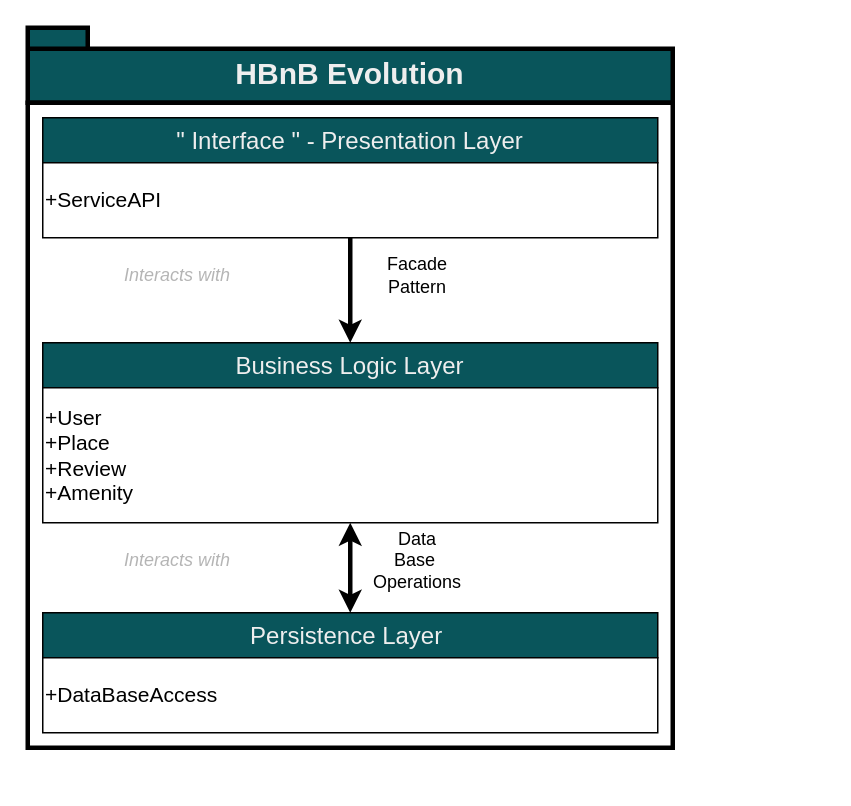
This is 0. High-Level Package Diagram.drawio from thomas-maye/holbertonschool-hbnb, a draw.io file, before an edit. Source tidied: cells renumbered, new cells numbered last; positions are measured from the earlier drawing's top-left corner, leaving out a move shared by most shapes. Both pictures are drawn from the tidied source at 150%, with x=0, y=0 at pixel (27, 27).
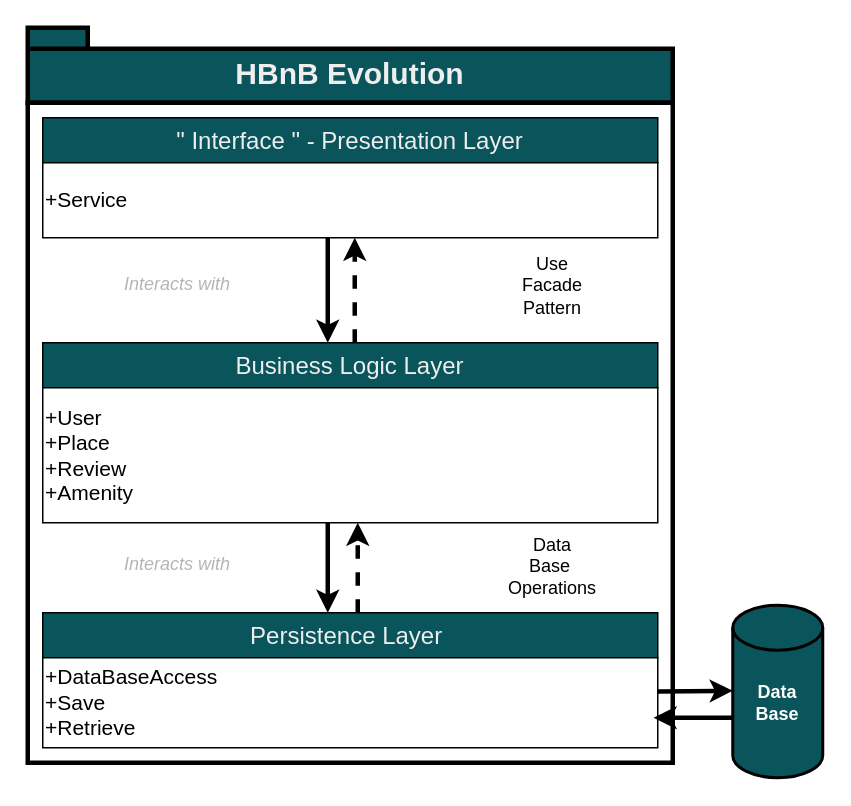
After the change.

Commit message:
Mettre à jour 0. High-Level Package Diagram.drawio

The change refers to these unchanged cells:
```xml
<mxCell id="5" value="&lt;font style=&quot;font-size: 16px;&quot;&gt;Business Logic Layer&lt;/font&gt;" style="html=1;whiteSpace=wrap;strokeColor=#000000;fontColor=#EEEEEE;fillColor=#09555B;" parent="1" vertex="1">
  <mxGeometry x="10" y="210" width="410" height="30" as="geometry" />
</mxCell>
<mxCell id="6" value="&lt;font style=&quot;font-size: 16px;&quot;&gt;Persistence Layer&amp;nbsp;&lt;/font&gt;" style="html=1;whiteSpace=wrap;strokeColor=#000000;fontColor=#EEEEEE;fillColor=#09555B;" parent="1" vertex="1">
  <mxGeometry x="10" y="390" width="410" height="30" as="geometry" />
</mxCell>
<mxCell id="8" value="&lt;font style=&quot;font-size: 14px;&quot;&gt;+User&lt;/font&gt;&lt;div style=&quot;font-size: 14px;&quot;&gt;&lt;font style=&quot;font-size: 14px;&quot;&gt;+Place&lt;/font&gt;&lt;/div&gt;&lt;div style=&quot;font-size: 14px;&quot;&gt;&lt;font style=&quot;font-size: 14px;&quot;&gt;+Review&lt;/font&gt;&lt;/div&gt;&lt;div style=&quot;font-size: 14px;&quot;&gt;&lt;font style=&quot;font-size: 14px;&quot;&gt;+Amenity&lt;/font&gt;&lt;/div&gt;" style="html=1;whiteSpace=wrap;align=left;" parent="1" vertex="1">
  <mxGeometry x="10" y="240" width="410" height="90" as="geometry" />
</mxCell>
```

Diff of the diagram source:
```diff
@@
     <mxCell id="3" style="html=1;whiteSpace=wrap;strokeWidth=3;" parent="1" vertex="1">
-      <mxGeometry y="50" width="430" height="430" as="geometry" />
+      <mxGeometry y="50" width="430" height="440" as="geometry" />
     </mxCell>
@@
-    <mxCell id="7" value="&lt;font style=&quot;font-size: 14px;&quot;&gt;+ServiceAPI&lt;/font&gt;" style="html=1;whiteSpace=wrap;align=left;" parent="1" vertex="1">
+    <mxCell id="7" value="&lt;font style=&quot;font-size: 14px;&quot;&gt;+Service&lt;/font&gt;" style="html=1;whiteSpace=wrap;align=left;" parent="1" vertex="1">
       <mxGeometry x="10" y="90" width="410" height="50" as="geometry" />
     </mxCell>
@@
-    <mxCell id="9" value="&lt;font style=&quot;font-size: 14px;&quot;&gt;+DataBaseAccess&lt;/font&gt;" style="html=1;whiteSpace=wrap;align=left;" parent="1" vertex="1">
-      <mxGeometry x="10" y="420" width="410" height="50" as="geometry" />
+    <mxCell id="9" value="&lt;font style=&quot;font-size: 14px;&quot;&gt;+DataBaseAccess&lt;/font&gt;&lt;div&gt;&lt;span style=&quot;font-size: 14px;&quot;&gt;+Save&lt;/span&gt;&lt;/div&gt;&lt;div&gt;&lt;span style=&quot;font-size: 14px;&quot;&gt;+Retrieve&lt;/span&gt;&lt;/div&gt;" style="html=1;whiteSpace=wrap;align=left;" parent="1" vertex="1">
+      <mxGeometry x="10" y="420" width="410" height="60" as="geometry" />
     </mxCell>
-    <mxCell id="10" style="endArrow=classic;html=1;rounded=0;strokeColor=#000000;entryX=0.5;entryY=0;entryDx=0;entryDy=0;exitX=0.5;exitY=1;exitDx=0;exitDy=0;strokeWidth=3;" parent="1" edge="1" source="7" target="5">
-      <mxGeometry relative="1" as="geometry" />
-    </mxCell>
     <mxCell id="11" value="Data Base&amp;nbsp;&lt;div&gt;Operations&lt;/div&gt;" style="text;html=1;align=center;verticalAlign=middle;whiteSpace=wrap;rounded=0;fontColor=#000000;" parent="1" vertex="1">
-      <mxGeometry x="230" y="340" width="60" height="30" as="geometry" />
+      <mxGeometry x="320" y="344" width="60" height="30" as="geometry" />
     </mxCell>
-    <mxCell id="12" value="&lt;font color=&quot;#000000&quot;&gt;Facade Pattern&lt;/font&gt;" style="text;html=1;align=center;verticalAlign=middle;whiteSpace=wrap;rounded=0;fontColor=#EEEEEE;" parent="1" vertex="1">
-      <mxGeometry x="230" y="150" width="60" height="30" as="geometry" />
+    <mxCell id="12" value="&lt;font color=&quot;#000000&quot;&gt;Use Facade Pattern&lt;/font&gt;" style="text;html=1;align=center;verticalAlign=middle;whiteSpace=wrap;rounded=0;fontColor=#EEEEEE;" parent="1" vertex="1">
+      <mxGeometry x="320" y="157" width="60" height="30" as="geometry" />
     </mxCell>
-    <mxCell id="13" style="endArrow=classic;startArrow=classic;html=1;rounded=0;strokeColor=#000000;strokeWidth=3;exitX=0.5;exitY=0;exitDx=0;exitDy=0;entryX=0.5;entryY=1;entryDx=0;entryDy=0;" parent="1" edge="1" source="6" target="8">
-      <mxGeometry relative="1" as="geometry" />
-    </mxCell>
     <mxCell id="14" value="&lt;i&gt;Interacts with&lt;/i&gt;" style="text;html=1;align=center;verticalAlign=middle;whiteSpace=wrap;rounded=0;fontColor=#B5B5B5;" parent="1" vertex="1">
-      <mxGeometry x="50" y="150" width="100" height="30" as="geometry" />
+      <mxGeometry x="50" y="156" width="100" height="30" as="geometry" />
     </mxCell>
     <mxCell id="15" value="&lt;i&gt;Interacts with&lt;/i&gt;" style="text;html=1;align=center;verticalAlign=middle;whiteSpace=wrap;rounded=0;fontColor=#B5B5B5;" parent="1" vertex="1">
-      <mxGeometry x="50" y="340" width="100" height="30" as="geometry" />
+      <mxGeometry x="50" y="343" width="100" height="30" as="geometry" />
     </mxCell>
+    <mxCell id="16" style="shape=cylinder3;whiteSpace=wrap;html=1;boundedLbl=1;backgroundOutline=1;size=15;strokeWidth=2;fillColor=#09555B;" parent="1" vertex="1">
+      <mxGeometry x="470" y="385" width="60" height="115" as="geometry" />
+    </mxCell>
+    <mxCell id="17" value="Data&lt;div&gt;Base&lt;/div&gt;" style="text;html=1;align=center;verticalAlign=middle;whiteSpace=wrap;rounded=0;fontColor=#FFFFFF;fontStyle=1;" parent="1" vertex="1">
+      <mxGeometry x="470" y="435" width="60" height="30" as="geometry" />
+    </mxCell>
+    <mxCell id="18" style="endArrow=classic;html=1;rounded=0;strokeColor=#000000;entryX=0.5;entryY=0;entryDx=0;entryDy=0;exitX=0.5;exitY=1;exitDx=0;exitDy=0;strokeWidth=3;" parent="1" edge="1">
+      <mxGeometry relative="1" as="geometry">
+        <mxPoint x="200" y="140" as="sourcePoint" />
+        <mxPoint x="200" y="210" as="targetPoint" />
+      </mxGeometry>
+    </mxCell>
+    <mxCell id="19" style="endArrow=classic;html=1;rounded=0;strokeColor=#000000;strokeWidth=3;dashed=1;" parent="1" edge="1">
+      <mxGeometry relative="1" as="geometry">
+        <mxPoint x="220" y="390" as="sourcePoint" />
+        <mxPoint x="220" y="330" as="targetPoint" />
+      </mxGeometry>
+    </mxCell>
+    <mxCell id="20" style="endArrow=classic;html=1;rounded=0;strokeColor=#000000;exitX=0.5;exitY=1;exitDx=0;exitDy=0;strokeWidth=3;" parent="1" edge="1">
+      <mxGeometry relative="1" as="geometry">
+        <mxPoint x="200" y="330" as="sourcePoint" />
+        <mxPoint x="200" y="390" as="targetPoint" />
+      </mxGeometry>
+    </mxCell>
+    <mxCell id="21" style="endArrow=classic;html=1;rounded=0;strokeColor=#000000;strokeWidth=3;dashed=1;" parent="1" edge="1">
+      <mxGeometry relative="1" as="geometry">
+        <mxPoint x="218" y="210" as="sourcePoint" />
+        <mxPoint x="218" y="140" as="targetPoint" />
+      </mxGeometry>
+    </mxCell>
+    <mxCell id="22" style="endArrow=classic;html=1;rounded=0;strokeColor=#000000;strokeWidth=3;entryX=0.998;entryY=0.633;entryDx=0;entryDy=0;entryPerimeter=0;" parent="1" edge="1">
+      <mxGeometry relative="1" as="geometry">
+        <mxPoint x="470" y="460" as="sourcePoint" />
+        <mxPoint x="417.2" y="460" as="targetPoint" />
+      </mxGeometry>
+    </mxCell>
+    <mxCell id="23" style="endArrow=classic;html=1;rounded=0;strokeColor=#000000;strokeWidth=3;" parent="1" edge="1">
+      <mxGeometry relative="1" as="geometry">
+        <mxPoint x="420" y="442.5" as="sourcePoint" />
+        <mxPoint x="470" y="442" as="targetPoint" />
+      </mxGeometry>
+    </mxCell>
```
